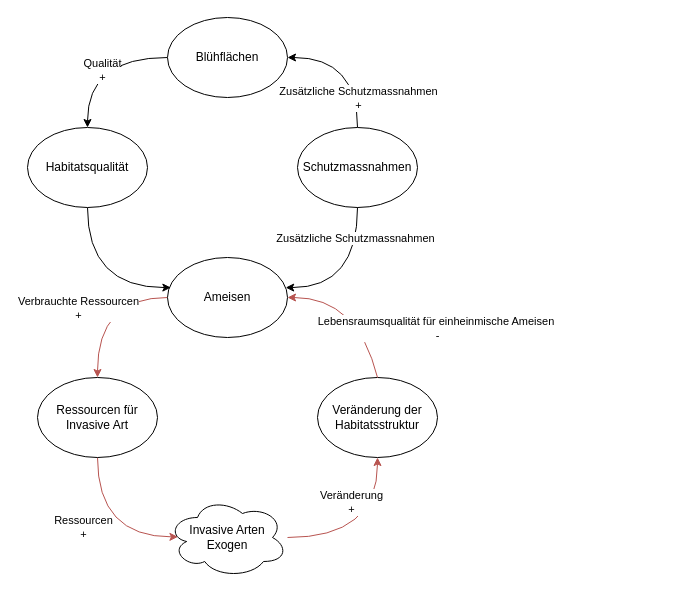
Before: Causal_loop_Simplified.drawio in c4-hash/mss_ameisen, a draw.io diagram. Source tidied: cells renumbered, new cells numbered last; positions are measured from the earlier drawing's top-left corner, leaving out a move shared by most shapes. Both pictures are drawn from the tidied source at 100%, with x=0, y=0 at pixel (27, 17).
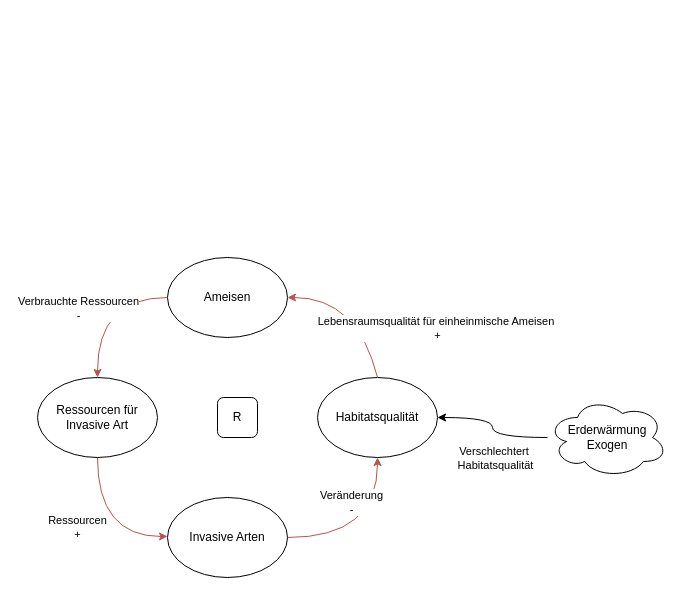
The same diagram, later.

Unchanged cells that the change refers to:
```xml
<mxCell id="2" style="edgeStyle=orthogonalEdgeStyle;rounded=0;jettySize=auto;html=1;exitX=0;exitY=0.5;exitDx=0;exitDy=0;curved=1;fillColor=#f8cecc;strokeColor=#b85450;entryX=0.5;entryY=0;entryDx=0;entryDy=0;" parent="1" edge="1" source="4" target="7">
  <mxGeometry relative="1" as="geometry">
    <Array as="points">
      <mxPoint x="70" y="280" />
    </Array>
  </mxGeometry>
</mxCell>
<mxCell id="4" value="Ameisen" style="ellipse;whiteSpace=wrap;html=1;" parent="1" vertex="1">
  <mxGeometry x="140" y="240" width="120" height="80" as="geometry" />
</mxCell>
<mxCell id="7" value="Ressourcen für Invasive Art" style="ellipse;whiteSpace=wrap;html=1;" parent="1" vertex="1">
  <mxGeometry x="10" y="360" width="120" height="80" as="geometry" />
</mxCell>
<mxCell id="11" style="endArrow=classic;html=1;rounded=0;exitX=0.5;exitY=0;exitDx=0;exitDy=0;entryX=1;entryY=0.5;entryDx=0;entryDy=0;curved=1;fillColor=#f8cecc;strokeColor=#b85450;" parent="1" edge="1" source="8" target="4">
  <mxGeometry relative="1" as="geometry">
    <Array as="points">
      <mxPoint x="330" y="280" />
    </Array>
  </mxGeometry>
</mxCell>
```

Change to the diagram source:
```diff
@@
-    <mxCell id="3" value="Verbrauchte Ressourcen&lt;div&gt;+&lt;/div&gt;" style="edgeLabel;html=1;align=center;verticalAlign=middle;" parent="2" vertex="1">
+    <mxCell id="3" value="Verbrauchte Ressourcen&lt;div&gt;-&lt;/div&gt;" style="edgeLabel;html=1;align=center;verticalAlign=middle;" parent="2" vertex="1">
       <mxGeometry x="0.38" relative="1" as="geometry">
         <mxPoint x="-20" y="-23" as="offset" />
       </mxGeometry>
     </mxCell>
@@
-    <mxCell id="5" style="edgeStyle=orthogonalEdgeStyle;rounded=0;jettySize=auto;html=1;curved=1;fillColor=#f8cecc;strokeColor=#b85450;exitX=0.5;exitY=1;exitDx=0;exitDy=0;entryX=0.087;entryY=0.492;entryDx=0;entryDy=0;entryPerimeter=0;" parent="1" edge="1" source="7" target="13">
+    <mxCell id="5" style="edgeStyle=orthogonalEdgeStyle;rounded=0;jettySize=auto;html=1;curved=1;fillColor=#f8cecc;strokeColor=#b85450;exitX=0.5;exitY=1;exitDx=0;exitDy=0;" parent="1" edge="1" source="7" target="24">
       <mxGeometry relative="1" as="geometry">
         <Array as="points">
           <mxPoint x="70" y="519" />
-          <mxPoint x="150" y="519" />
         </Array>
       </mxGeometry>
     </mxCell>
@@
-    <mxCell id="8" value="Veränderung der Habitatsstruktur" style="ellipse;whiteSpace=wrap;html=1;" parent="1" vertex="1">
+    <mxCell id="8" value="Habitatsqualität" style="ellipse;whiteSpace=wrap;html=1;" parent="1" vertex="1">
       <mxGeometry x="290" y="360" width="120" height="80" as="geometry" />
     </mxCell>
-    <mxCell id="9" style="edgeStyle=orthogonalEdgeStyle;rounded=0;jettySize=auto;html=1;curved=1;fillColor=#f8cecc;strokeColor=#b85450;" parent="1" edge="1" source="13" target="8">
+    <mxCell id="9" style="edgeStyle=orthogonalEdgeStyle;rounded=0;jettySize=auto;html=1;curved=1;fillColor=#f8cecc;strokeColor=#b85450;exitX=1;exitY=0.5;exitDx=0;exitDy=0;" parent="1" edge="1" source="24" target="8">
       <mxGeometry relative="1" as="geometry" />
     </mxCell>
-    <mxCell id="10" value="&lt;div&gt;Veränderung&lt;/div&gt;+" style="edgeLabel;html=1;align=center;verticalAlign=middle;" parent="9" vertex="1">
+    <mxCell id="10" value="&lt;div&gt;Veränderung&lt;/div&gt;-" style="edgeLabel;html=1;align=center;verticalAlign=middle;" parent="9" vertex="1">
       <mxGeometry x="0.01" y="-3" relative="1" as="geometry">
         <mxPoint x="-23" y="-39" as="offset" />
       </mxGeometry>
     </mxCell>
@@
-    <mxCell id="12" value="Lebensraumsqualität für einheinmische Ameisen&amp;nbsp;&lt;div&gt;-&lt;/div&gt;" style="edgeLabel;html=1;align=center;verticalAlign=middle;" parent="11" vertex="1">
+    <mxCell id="12" value="Lebensraumsqualität für einheinmische Ameisen&amp;nbsp;&lt;div&gt;+&lt;/div&gt;" style="edgeLabel;html=1;align=center;verticalAlign=middle;" parent="11" vertex="1">
       <mxGeometry x="0.19" y="28" relative="1" as="geometry">
         <mxPoint x="88" y="2" as="offset" />
       </mxGeometry>
     </mxCell>
-    <mxCell id="13" value="Invasive Arten&lt;div&gt;Exogen&lt;/div&gt;" style="ellipse;shape=cloud;whiteSpace=wrap;html=1;" parent="1" vertex="1">
-      <mxGeometry x="140" y="480" width="120" height="80" as="geometry" />
-    </mxCell>
-    <mxCell id="14" style="edgeStyle=orthogonalEdgeStyle;rounded=0;jettySize=auto;html=1;curved=1;entryX=0.028;entryY=0.376;entryDx=0;entryDy=0;entryPerimeter=0;exitX=0.5;exitY=1;exitDx=0;exitDy=0;" parent="1" edge="1" source="15" target="4">
-      <mxGeometry relative="1" as="geometry">
-        <Array as="points">
-          <mxPoint x="60" y="270" />
-        </Array>
-      </mxGeometry>
-    </mxCell>
-    <mxCell id="15" value="Habitatsqualität" style="ellipse;whiteSpace=wrap;html=1;" parent="1" vertex="1">
-      <mxGeometry y="110" width="120" height="80" as="geometry" />
-    </mxCell>
-    <mxCell id="16" style="edgeStyle=orthogonalEdgeStyle;rounded=0;jettySize=auto;html=1;entryX=0.5;entryY=0;entryDx=0;entryDy=0;curved=1;" parent="1" edge="1" source="18" target="15">
-      <mxGeometry relative="1" as="geometry" />
-    </mxCell>
-    <mxCell id="17" value="Qualität&lt;div&gt;+&lt;/div&gt;" style="edgeLabel;html=1;align=center;verticalAlign=middle;" parent="16" vertex="1">
-      <mxGeometry x="-0.12" y="12" relative="1" as="geometry" />
-    </mxCell>
-    <mxCell id="18" value="Blühflächen" style="ellipse;whiteSpace=wrap;html=1;" parent="1" vertex="1">
-      <mxGeometry x="140" width="120" height="80" as="geometry" />
-    </mxCell>
-    <mxCell id="19" style="edgeStyle=orthogonalEdgeStyle;rounded=0;jettySize=auto;html=1;entryX=1;entryY=0.5;entryDx=0;entryDy=0;curved=1;exitX=0.5;exitY=0;exitDx=0;exitDy=0;" parent="1" edge="1" source="21" target="18">
-      <mxGeometry relative="1" as="geometry" />
-    </mxCell>
-    <mxCell id="20" value="Zusätzliche Schutzmassnahmen&lt;div&gt;+&lt;/div&gt;" style="edgeLabel;html=1;align=center;verticalAlign=middle;" parent="19" vertex="1">
-      <mxGeometry x="-0.29" y="13" relative="1" as="geometry">
-        <mxPoint x="13" y="20" as="offset" />
-      </mxGeometry>
-    </mxCell>
-    <mxCell id="21" value="Schutzmassnahmen" style="ellipse;whiteSpace=wrap;html=1;" parent="1" vertex="1">
-      <mxGeometry x="270" y="110" width="120" height="80" as="geometry" />
-    </mxCell>
-    <mxCell id="22" style="edgeStyle=orthogonalEdgeStyle;rounded=0;jettySize=auto;html=1;curved=1;entryX=0.985;entryY=0.376;entryDx=0;entryDy=0;entryPerimeter=0;" parent="1" edge="1" source="21" target="4">
-      <mxGeometry relative="1" as="geometry">
-        <Array as="points">
-          <mxPoint x="330" y="270" />
-        </Array>
-      </mxGeometry>
-    </mxCell>
-    <mxCell id="23" value="Zusätzliche Schutzmassnahmen" style="edgeLabel;html=1;align=center;verticalAlign=middle;" parent="22" vertex="1">
-      <mxGeometry x="-0.6" y="-3" relative="1" as="geometry" />
-    </mxCell>
+    <mxCell id="24" value="Invasive Arten" style="ellipse;whiteSpace=wrap;html=1;" parent="1" vertex="1">
+      <mxGeometry x="140" y="480" width="120" height="80" as="geometry" />
+    </mxCell>
+    <mxCell id="25" style="edgeStyle=orthogonalEdgeStyle;rounded=0;jettySize=auto;html=1;curved=1;" parent="1" edge="1" source="27" target="8">
+      <mxGeometry relative="1" as="geometry" />
+    </mxCell>
+    <mxCell id="26" value="Verschlechtert&amp;nbsp;&lt;div&gt;Habitatsqualität&lt;/div&gt;" style="edgeLabel;html=1;align=center;verticalAlign=middle;" parent="25" vertex="1">
+      <mxGeometry x="-0.1" y="-2" relative="1" as="geometry">
+        <mxPoint y="24" as="offset" />
+      </mxGeometry>
+    </mxCell>
+    <mxCell id="27" value="Erderwärmung&lt;div&gt;Exogen&lt;/div&gt;" style="ellipse;shape=cloud;whiteSpace=wrap;html=1;" parent="1" vertex="1">
+      <mxGeometry x="520" y="380" width="120" height="80" as="geometry" />
+    </mxCell>
+    <mxCell id="28" value="R" style="rounded=1;whiteSpace=wrap;html=1;" parent="1" vertex="1">
+      <mxGeometry x="190" y="380" width="40" height="40" as="geometry" />
+    </mxCell>
```
